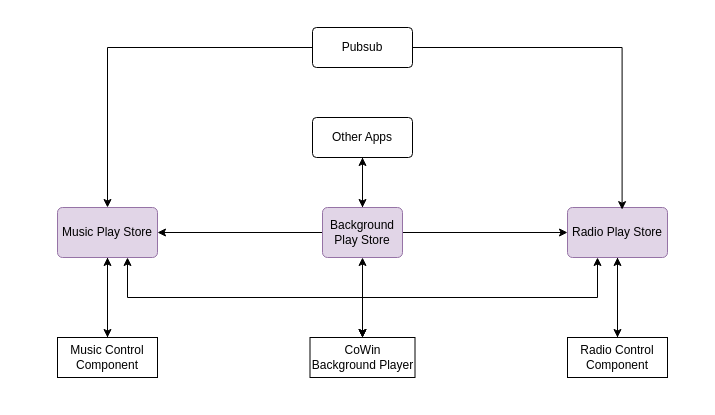
Above: Untitled Diagram.drawio in TriTamLe/my-draws (draw.io), before the change. Source tidied: cells renumbered, new cells numbered last; positions are measured from the earlier drawing's top-left corner, leaving out a move shared by most shapes. Both pictures are drawn from the tidied source at 100%, with x=0, y=0 at pixel (57, 27).
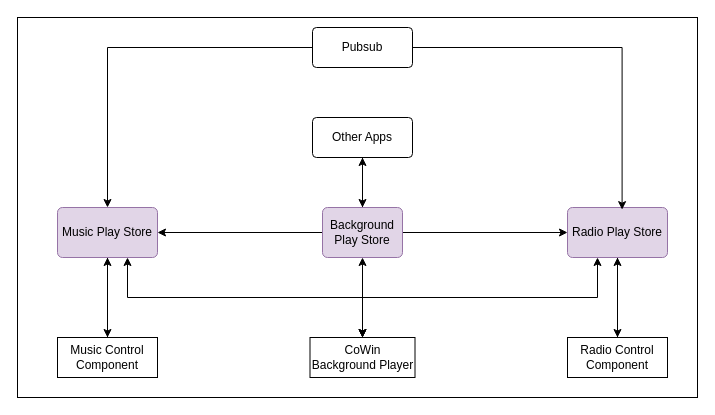
Above is the later version.

Diff of the diagram source:
```diff
@@
+    <mxCell id="23" style="rounded=0;whiteSpace=wrap;html=1;" parent="1" vertex="1">
+      <mxGeometry x="-40" y="-10" width="680" height="380" as="geometry" />
+    </mxCell>
```
